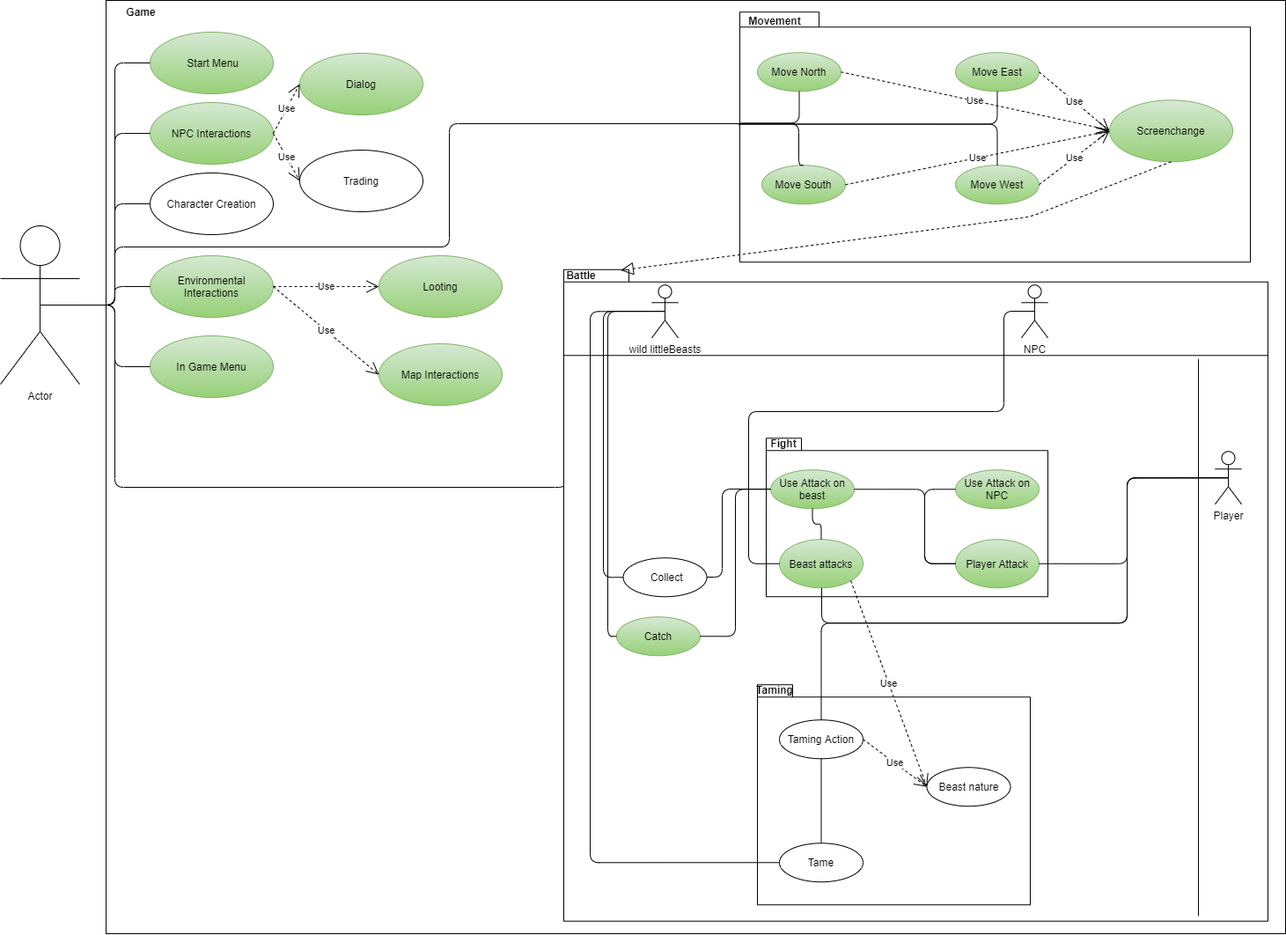
Above: useCases/diagrams/use_cases.png in LittleBeasts/documentation (draw.io), before the change. Source tidied: cells renumbered, new cells last; positions are measured from the earlier drawing's top-left corner, leaving out a move shared by most shapes.
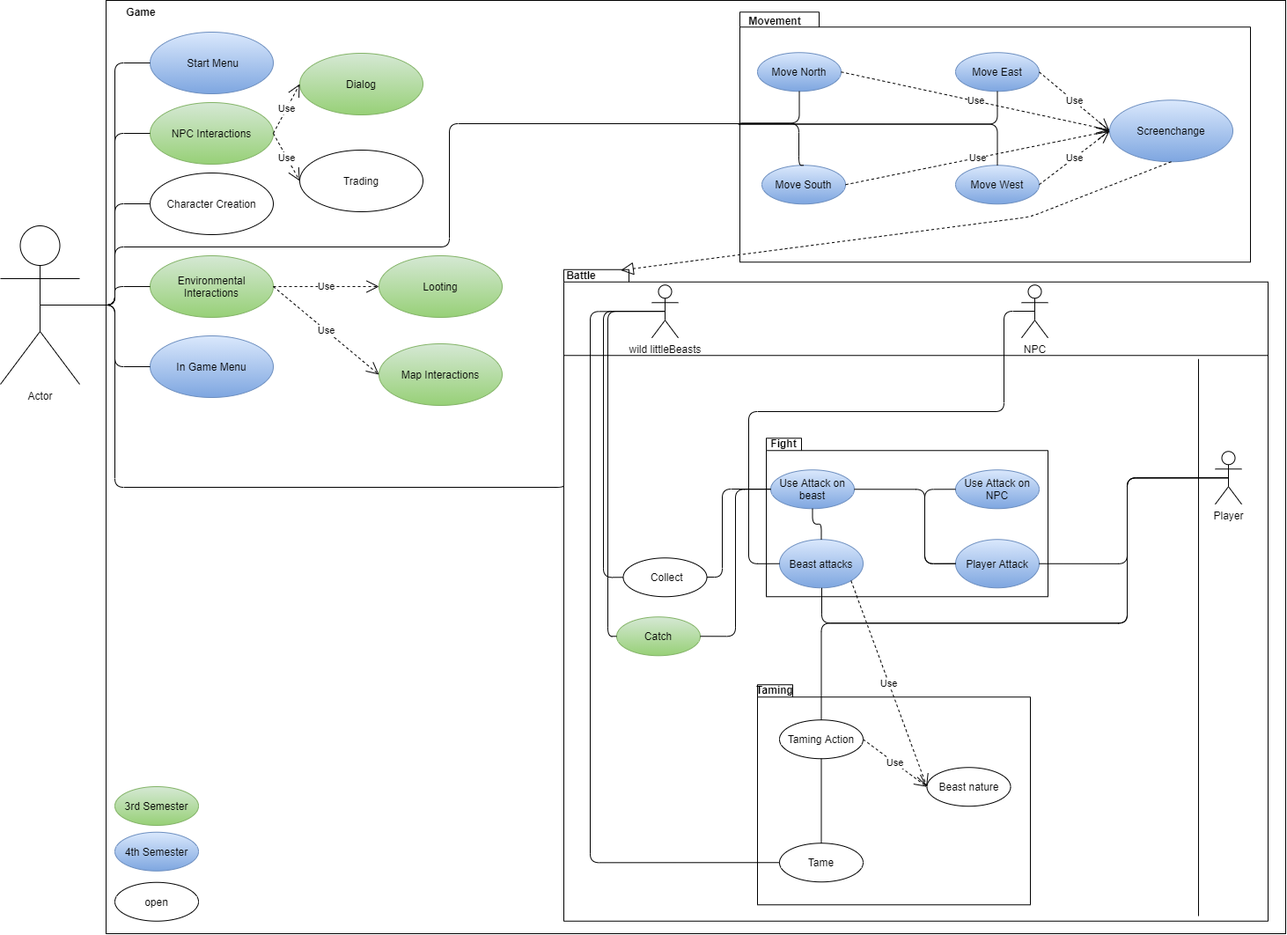
Later version of the same file.

Change to the diagram source:
```diff
@@ -11,7 +11,7 @@
     <mxCell id="4" value="Game" style="text;align=center;fontStyle=1;verticalAlign=middle;spacingLeft=3;spacingRight=3;strokeColor=none;" parent="1" vertex="1">
       <mxGeometry x="120" width="80" height="26" as="geometry" />
     </mxCell>
-    <mxCell id="5" value="&lt;div&gt;&amp;nbsp;Start Menu&lt;/div&gt;" style="ellipse;whiteSpace=wrap;html=1;fillColor=#d5e8d4;strokeColor=#82b366;gradientColor=#97d077;" parent="1" vertex="1">
+    <mxCell id="5" value="&lt;div&gt;&amp;nbsp;Start Menu&lt;/div&gt;" style="ellipse;whiteSpace=wrap;html=1;fillColor=#dae8fc;strokeColor=#6c8ebf;gradientColor=#7ea6e0;" parent="1" vertex="1">
       <mxGeometry x="170" y="36" width="140" height="70" as="geometry" />
     </mxCell>
     <mxCell id="6" style="endArrow=none;html=1;edgeStyle=orthogonalEdgeStyle;entryX=0;entryY=0.5;entryDx=0;entryDy=0;" parent="1" edge="1" source="2" target="5">
@@ -84,16 +84,16 @@
     <mxCell id="25" value="Fight" style="text;align=center;fontStyle=1;verticalAlign=middle;spacingLeft=3;spacingRight=3;strokeColor=none;" parent="1" vertex="1">
       <mxGeometry x="850" y="490" width="80" height="26" as="geometry" />
     </mxCell>
-    <mxCell id="26" value="Use Attack on beast" style="ellipse;whiteSpace=wrap;html=1;fillColor=#d5e8d4;strokeColor=#82b366;gradientColor=#97d077;" parent="1" vertex="1">
+    <mxCell id="26" value="Use Attack on beast" style="ellipse;whiteSpace=wrap;html=1;fillColor=#dae8fc;strokeColor=#6c8ebf;gradientColor=#7ea6e0;" parent="1" vertex="1">
       <mxGeometry x="875" y="533.2" width="95" height="44" as="geometry" />
     </mxCell>
-    <mxCell id="27" value="Use Attack on NPC" style="ellipse;whiteSpace=wrap;html=1;fillColor=#d5e8d4;strokeColor=#82b366;gradientColor=#97d077;" parent="1" vertex="1">
+    <mxCell id="27" value="Use Attack on NPC" style="ellipse;whiteSpace=wrap;html=1;fillColor=#dae8fc;strokeColor=#6c8ebf;gradientColor=#7ea6e0;" parent="1" vertex="1">
       <mxGeometry x="1085" y="533.2" width="95" height="44" as="geometry" />
     </mxCell>
-    <mxCell id="28" value="Beast attacks" style="ellipse;whiteSpace=wrap;html=1;fillColor=#d5e8d4;strokeColor=#82b366;gradientColor=#97d077;" parent="1" vertex="1">
+    <mxCell id="28" value="Beast attacks" style="ellipse;whiteSpace=wrap;html=1;fillColor=#dae8fc;strokeColor=#6c8ebf;gradientColor=#7ea6e0;" parent="1" vertex="1">
       <mxGeometry x="885" y="612.2" width="95" height="55" as="geometry" />
     </mxCell>
-    <mxCell id="29" value="Player Attack" style="ellipse;whiteSpace=wrap;html=1;fillColor=#d5e8d4;strokeColor=#82b366;gradientColor=#97d077;" parent="1" vertex="1">
+    <mxCell id="29" value="Player Attack" style="ellipse;whiteSpace=wrap;html=1;fillColor=#dae8fc;strokeColor=#6c8ebf;gradientColor=#7ea6e0;" parent="1" vertex="1">
       <mxGeometry x="1085" y="612.2" width="95" height="55" as="geometry" />
     </mxCell>
     <mxCell id="30" value="Catch" style="ellipse;whiteSpace=wrap;html=1;fillColor=#d5e8d4;strokeColor=#82b366;gradientColor=#97d077;" parent="1" vertex="1">
@@ -195,19 +195,19 @@
     <mxCell id="48" style="shape=folder;fontStyle=1;spacingTop=10;tabWidth=90;tabHeight=17;tabPosition=left;html=1;" parent="1" vertex="1">
       <mxGeometry x="840" y="13.2" width="580" height="284" as="geometry" />
     </mxCell>
-    <mxCell id="49" value="Move North" style="ellipse;whiteSpace=wrap;html=1;fillColor=#d5e8d4;strokeColor=#82b366;gradientColor=#97d077;" parent="1" vertex="1">
+    <mxCell id="49" value="Move North" style="ellipse;whiteSpace=wrap;html=1;fillColor=#dae8fc;strokeColor=#6c8ebf;gradientColor=#7ea6e0;" parent="1" vertex="1">
       <mxGeometry x="860" y="59.2" width="95" height="44" as="geometry" />
     </mxCell>
-    <mxCell id="50" value="Move South" style="ellipse;whiteSpace=wrap;html=1;fillColor=#d5e8d4;strokeColor=#82b366;gradientColor=#97d077;" parent="1" vertex="1">
+    <mxCell id="50" value="Move South" style="ellipse;whiteSpace=wrap;html=1;fillColor=#dae8fc;strokeColor=#6c8ebf;gradientColor=#7ea6e0;" parent="1" vertex="1">
       <mxGeometry x="865" y="187.2" width="95" height="44" as="geometry" />
     </mxCell>
-    <mxCell id="51" value="Move East" style="ellipse;whiteSpace=wrap;html=1;fillColor=#d5e8d4;strokeColor=#82b366;gradientColor=#97d077;" parent="1" vertex="1">
+    <mxCell id="51" value="Move East" style="ellipse;whiteSpace=wrap;html=1;fillColor=#dae8fc;strokeColor=#6c8ebf;gradientColor=#7ea6e0;" parent="1" vertex="1">
       <mxGeometry x="1085" y="59.2" width="95" height="44" as="geometry" />
     </mxCell>
-    <mxCell id="52" value="Move West" style="ellipse;whiteSpace=wrap;html=1;fillColor=#d5e8d4;strokeColor=#82b366;gradientColor=#97d077;" parent="1" vertex="1">
+    <mxCell id="52" value="Move West" style="ellipse;whiteSpace=wrap;html=1;fillColor=#dae8fc;strokeColor=#6c8ebf;gradientColor=#7ea6e0;" parent="1" vertex="1">
       <mxGeometry x="1085" y="187.2" width="95" height="44" as="geometry" />
     </mxCell>
-    <mxCell id="53" value="Screenchange" style="ellipse;whiteSpace=wrap;html=1;fillColor=#d5e8d4;strokeColor=#82b366;gradientColor=#97d077;" parent="1" vertex="1">
+    <mxCell id="53" value="Screenchange" style="ellipse;whiteSpace=wrap;html=1;fillColor=#dae8fc;strokeColor=#6c8ebf;gradientColor=#7ea6e0;" parent="1" vertex="1">
       <mxGeometry x="1260" y="113.2" width="140" height="70" as="geometry" />
     </mxCell>
     <mxCell id="54" value="Movement" style="text;align=center;fontStyle=1;verticalAlign=middle;spacingLeft=3;spacingRight=3;strokeColor=none;" parent="1" vertex="1">
@@ -280,7 +280,7 @@
         </Array>
       </mxGeometry>
     </mxCell>
-    <mxCell id="67" value="In Game Menu" style="ellipse;whiteSpace=wrap;html=1;strokeColor=#82b366;fillColor=#d5e8d4;gradientColor=#97d077;" parent="1" vertex="1">
+    <mxCell id="67" value="In Game Menu" style="ellipse;whiteSpace=wrap;html=1;strokeColor=#6c8ebf;fillColor=#dae8fc;gradientColor=#7ea6e0;" parent="1" vertex="1">
       <mxGeometry x="170" y="381" width="140" height="70" as="geometry" />
     </mxCell>
     <mxCell id="68" style="endArrow=none;html=1;edgeStyle=orthogonalEdgeStyle;exitX=0.5;exitY=0.5;exitDx=0;exitDy=0;exitPerimeter=0;entryX=0;entryY=0.5;entryDx=0;entryDy=0;" parent="1" edge="1" source="2" target="67">
@@ -336,5 +336,14 @@
         </Array>
       </mxGeometry>
     </mxCell>
+    <mxCell id="78" value="3rd Semester" style="ellipse;whiteSpace=wrap;html=1;fillColor=#d5e8d4;strokeColor=#82b366;gradientColor=#97d077;" parent="1" vertex="1">
+      <mxGeometry x="130" y="893" width="95" height="44" as="geometry" />
+    </mxCell>
+    <mxCell id="79" value="4th Semester" style="ellipse;whiteSpace=wrap;html=1;fillColor=#dae8fc;strokeColor=#6c8ebf;gradientColor=#7ea6e0;" parent="1" vertex="1">
+      <mxGeometry x="130" y="944.8" width="95" height="44" as="geometry" />
+    </mxCell>
+    <mxCell id="80" value="open" style="ellipse;whiteSpace=wrap;html=1;" parent="1" vertex="1">
+      <mxGeometry x="130" y="1001.8" width="95" height="44" as="geometry" />
+    </mxCell>
   </root>
 </mxGraphModel>
```
